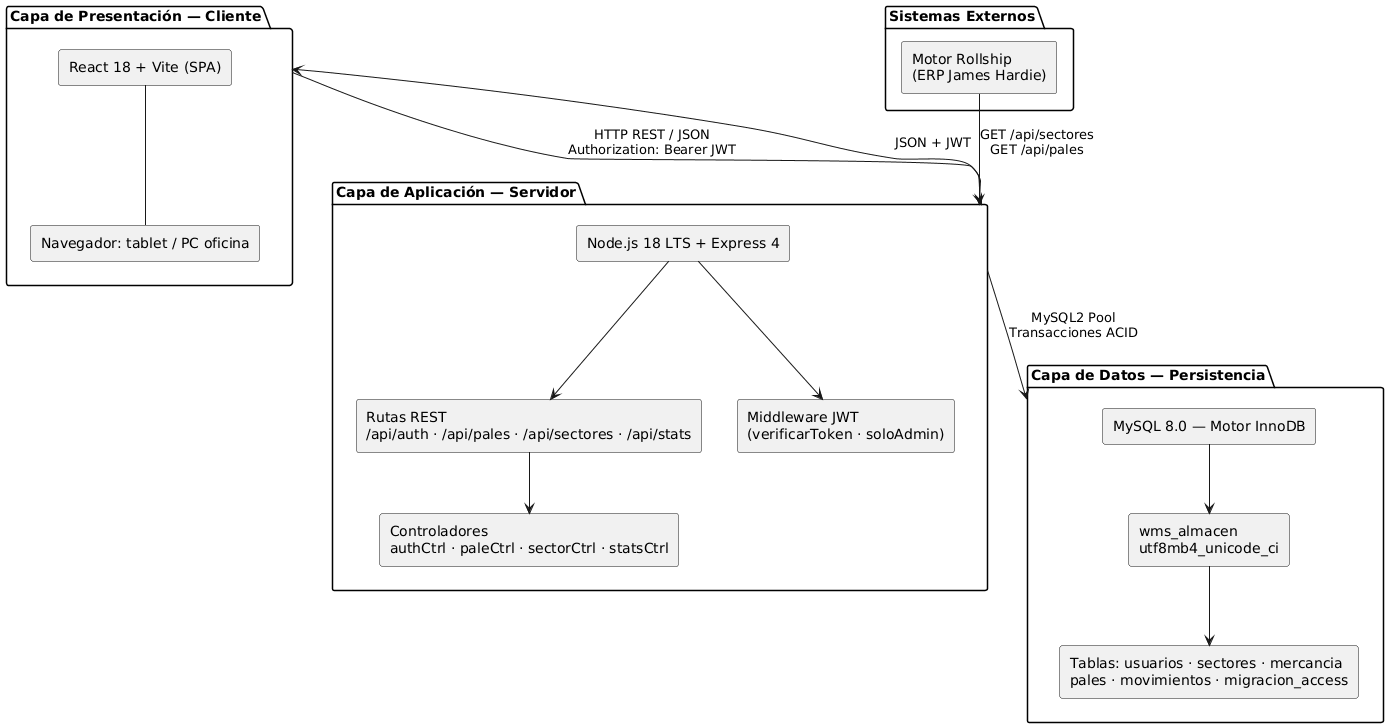
Before: entregas/imagenes capitulo 3/Arquitectura en tres capas.png, a diagram exported from PlantUML (Mariodrm17/TFG-2026).
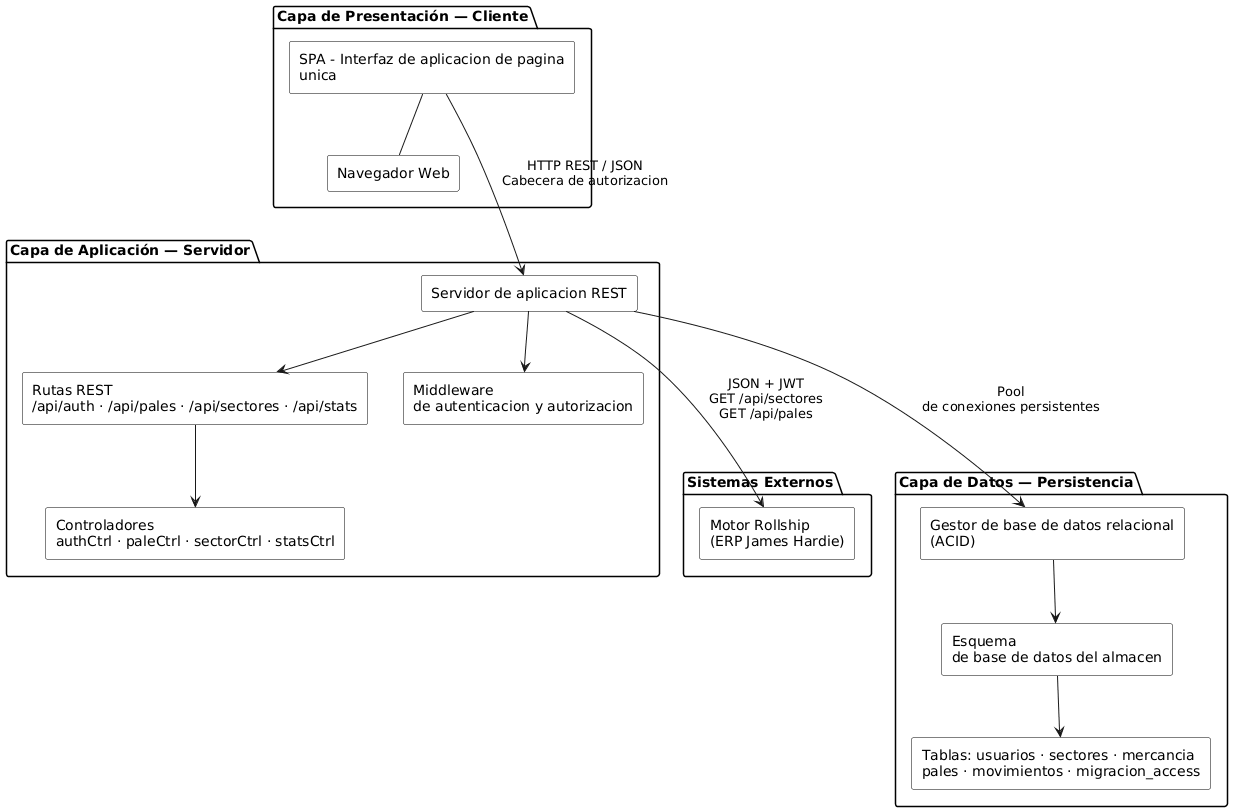
Later version of the same file.

Change to the diagram source:
```diff
@@ -1,36 +1,45 @@
 @startuml
-package "Capa de Presentación — Cliente" as CAPA1 {
-    rectangle "React 18 + Vite (SPA)" as C1A
-    rectangle "Navegador: tablet / PC oficina" as C1B
-    C1A -- C1B
+skinparam rectangle {
+    BackgroundColor white
+    BorderColor black
+}
+skinparam package {
+    BackgroundColor white
+    BorderColor black
 }
 
-package "Capa de Aplicación — Servidor" as CAPA2 {
-    rectangle "Node.js 18 LTS + Express 4" as C2A
-    rectangle "Rutas REST\n/api/auth · /api/pales · /api/sectores · /api/stats" as C2B
-    rectangle "Controladores\nauthCtrl · paleCtrl · sectorCtrl · statsCtrl" as C2C
-    rectangle "Middleware JWT\n(verificarToken · soloAdmin)" as C2D
+package "Capa de Presentación — Cliente" {
+    rectangle "SPA - Interfaz de aplicacion de pagina\nunica" as spa
+    rectangle "Navegador Web" as nav
 
-    C2A --> C2B
-    C2B --> C2C
-    C2A --> C2D
+    spa -- nav
 }
 
-package "Capa de Datos — Persistencia" as CAPA3 {
-    rectangle "MySQL 8.0 — Motor InnoDB" as C3A
-    rectangle "wms_almacen\nutf8mb4_unicode_ci" as C3B
-    rectangle "Tablas: usuarios · sectores · mercancia\npales · movimientos · migracion_access" as C3C
-
-    C3A --> C3B
-    C3B --> C3C
+package "Sistemas Externos" {
+    rectangle "Motor Rollship\n(ERP James Hardie)" as erp
 }
 
-package "Sistemas Externos" as EXT {
-    rectangle "Motor Rollship\n(ERP James Hardie)" as E1
+package "Capa de Aplicación — Servidor" {
+    rectangle "Servidor de aplicacion REST" as node
+    rectangle "Rutas REST\n/api/auth · /api/pales · /api/sectores · /api/stats" as rutas
+    rectangle "Controladores\nauthCtrl · paleCtrl · sectorCtrl · statsCtrl" as ctrl
+    rectangle "Middleware\nde autenticacion y autorizacion" as mid
+
+    node --> rutas
+    node --> mid
+    rutas --> ctrl
 }
 
-CAPA1 --> CAPA2 : HTTP REST / JSON\nAuthorization: Bearer JWT
-CAPA2 --> CAPA3 : MySQL2 Pool\nTransacciones ACID
-CAPA2 --> CAPA1 : JSON + JWT
-E1 --> CAPA2 : GET /api/sectores\nGET /api/pales
+package "Capa de Datos — Persistencia" {
+    rectangle "Gestor de base de datos relacional\n(ACID)" as db
+    rectangle "Esquema\nde base de datos del almacen" as wms
+    rectangle "Tablas: usuarios · sectores · mercancia\npales · movimientos · migracion_access" as tablas
+
+    db --> wms
+    wms --> tablas
+}
+
+spa ---> node : HTTP REST / JSON\nCabecera de autorizacion
+node ---> erp : JSON + JWT\nGET /api/sectores\nGET /api/pales
+node ---> db : Pool\nde conexiones persistentes
 @enduml
```
